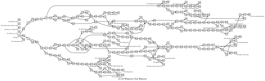
Above: assets/gamebooks/images-thumbs/43-20 Whatever You Want.txt.gv.png in jeremydouglass/transverse-gallery (Graphviz), before the change. Its source is kept beside it as assets/gamebooks/graphviz/43-20 Whatever You Want.txt.gv.
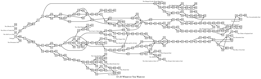
The same diagram one commit later.

Change to the diagram source:
```diff
@@ -2,6 +2,8 @@
   graph [ label="43-20 Whatever You Want.txt" rankdir=LR, ordering=out, fontsize=36, nodesep="0.35", ranksep="0.45"];
   node  [shape=rect, penwidth=2, fontsize=20, style=filled, fillcolor=grey90, margin="0,0", labelfloat=true, regular=true, fixedsize=true];
   edge  [labelfloat=true, penwidth=3, fontsize=12];
+
+
 
   0	[ xlabel="Prologue" ];
   0 -> 202;	// 4-5
@@ -342,6 +344,7 @@
   254 -> 63;	// 511
   254 -> 107;	// 511
   255	[ xlabel="The (Julie Andrews) End, 221" ];	// end
+  255 -> 221;	// ...another ending that continues after the ending
   256 -> 187;	// 514
   257 -> 203;	// 515
   258	[ xlabel="The (Bloody) End" ];	// end
```
